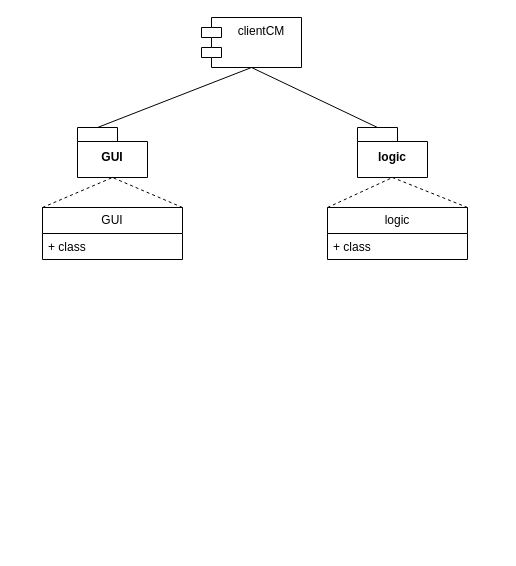
Earlier version of the draw.io diagram fig/drawio/clientCM.drawio (Qu4draetto-A3B/UniLab-docs). Source tidied: cells renumbered, new cells numbered last; positions are measured from the earlier drawing's top-left corner, leaving out a move shared by most shapes. Both pictures are drawn from the tidied source at 100%, with x=0, y=0 at pixel (42, 17).
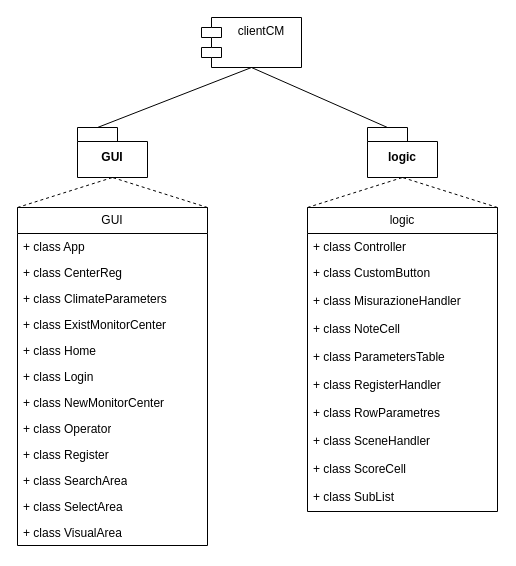
Above is the later version.

Commit message (it also covers changes not shown here):
doc client tecnico

The edit, as a diff of the source:
```diff
@@
     <mxCell id="4" value="logic" style="shape=folder;fontStyle=1;spacingTop=10;tabWidth=40;tabHeight=14;tabPosition=left;html=1;whiteSpace=wrap;" parent="1" vertex="1">
-      <mxGeometry x="315" y="110" width="70" height="50" as="geometry" />
+      <mxGeometry x="325" y="110" width="70" height="50" as="geometry" />
     </mxCell>
     <mxCell id="5" value="GUI" style="swimlane;fontStyle=0;horizontal=1;startSize=26;fillColor=none;whiteSpace=wrap;html=1;" parent="1" vertex="1">
-      <mxGeometry y="190" width="140" height="52" as="geometry" />
+      <mxGeometry x="-25" y="190" width="190" height="338" as="geometry" />
     </mxCell>
-    <mxCell id="6" value="+ class" style="text;strokeColor=none;fillColor=none;align=left;verticalAlign=top;spacingLeft=4;spacingRight=4;overflow=hidden;whiteSpace=wrap;html=1;" parent="5" vertex="1">
-      <mxGeometry y="26" width="140" height="26" as="geometry" />
+    <mxCell id="6" value="+ class App" style="text;strokeColor=none;fillColor=none;align=left;verticalAlign=top;spacingLeft=4;spacingRight=4;overflow=hidden;whiteSpace=wrap;html=1;" parent="5" vertex="1">
+      <mxGeometry y="26" width="190" height="26" as="geometry" />
     </mxCell>
+    <mxCell id="15" value="+ class CenterReg" style="text;strokeColor=none;fillColor=none;align=left;verticalAlign=top;spacingLeft=4;spacingRight=4;overflow=hidden;whiteSpace=wrap;html=1;" parent="5" vertex="1">
+      <mxGeometry y="52" width="190" height="26" as="geometry" />
+    </mxCell>
+    <mxCell id="16" value="+ class ClimateParameters" style="text;strokeColor=none;fillColor=none;align=left;verticalAlign=top;spacingLeft=4;spacingRight=4;overflow=hidden;whiteSpace=wrap;html=1;" parent="5" vertex="1">
+      <mxGeometry y="78" width="190" height="26" as="geometry" />
+    </mxCell>
+    <mxCell id="17" value="+ class ExistMonitorCenter" style="text;strokeColor=none;fillColor=none;align=left;verticalAlign=top;spacingLeft=4;spacingRight=4;overflow=hidden;whiteSpace=wrap;html=1;" parent="5" vertex="1">
+      <mxGeometry y="104" width="190" height="26" as="geometry" />
+    </mxCell>
+    <mxCell id="18" value="+ class Home" style="text;strokeColor=none;fillColor=none;align=left;verticalAlign=top;spacingLeft=4;spacingRight=4;overflow=hidden;whiteSpace=wrap;html=1;" parent="5" vertex="1">
+      <mxGeometry y="130" width="190" height="26" as="geometry" />
+    </mxCell>
+    <mxCell id="19" value="+ class Login" style="text;strokeColor=none;fillColor=none;align=left;verticalAlign=top;spacingLeft=4;spacingRight=4;overflow=hidden;whiteSpace=wrap;html=1;" parent="5" vertex="1">
+      <mxGeometry y="156" width="190" height="26" as="geometry" />
+    </mxCell>
+    <mxCell id="20" value="+ class NewMonitorCenter" style="text;strokeColor=none;fillColor=none;align=left;verticalAlign=top;spacingLeft=4;spacingRight=4;overflow=hidden;whiteSpace=wrap;html=1;" parent="5" vertex="1">
+      <mxGeometry y="182" width="190" height="26" as="geometry" />
+    </mxCell>
+    <mxCell id="21" value="+ class Operator" style="text;strokeColor=none;fillColor=none;align=left;verticalAlign=top;spacingLeft=4;spacingRight=4;overflow=hidden;whiteSpace=wrap;html=1;" parent="5" vertex="1">
+      <mxGeometry y="208" width="190" height="26" as="geometry" />
+    </mxCell>
+    <mxCell id="22" value="+ class Register" style="text;strokeColor=none;fillColor=none;align=left;verticalAlign=top;spacingLeft=4;spacingRight=4;overflow=hidden;whiteSpace=wrap;html=1;" parent="5" vertex="1">
+      <mxGeometry y="234" width="190" height="26" as="geometry" />
+    </mxCell>
+    <mxCell id="23" value="+ class SearchArea" style="text;strokeColor=none;fillColor=none;align=left;verticalAlign=top;spacingLeft=4;spacingRight=4;overflow=hidden;whiteSpace=wrap;html=1;" parent="5" vertex="1">
+      <mxGeometry y="260" width="190" height="26" as="geometry" />
+    </mxCell>
+    <mxCell id="24" value="+ class SelectArea" style="text;strokeColor=none;fillColor=none;align=left;verticalAlign=top;spacingLeft=4;spacingRight=4;overflow=hidden;whiteSpace=wrap;html=1;" parent="5" vertex="1">
+      <mxGeometry y="286" width="190" height="26" as="geometry" />
+    </mxCell>
+    <mxCell id="25" value="+ class VisualArea" style="text;strokeColor=none;fillColor=none;align=left;verticalAlign=top;spacingLeft=4;spacingRight=4;overflow=hidden;whiteSpace=wrap;html=1;" parent="5" vertex="1">
+      <mxGeometry y="312" width="190" height="26" as="geometry" />
+    </mxCell>
     <mxCell id="7" value="logic" style="swimlane;fontStyle=0;horizontal=1;startSize=26;fillColor=none;whiteSpace=wrap;html=1;" parent="1" vertex="1">
-      <mxGeometry x="285" y="190" width="140" height="52" as="geometry" />
+      <mxGeometry x="265" y="190" width="190" height="304" as="geometry" />
     </mxCell>
-    <mxCell id="8" value="+ class" style="text;strokeColor=none;fillColor=none;align=left;verticalAlign=top;spacingLeft=4;spacingRight=4;overflow=hidden;whiteSpace=wrap;html=1;" parent="7" vertex="1">
-      <mxGeometry y="26" width="140" height="26" as="geometry" />
-    </mxCell>
+    <mxCell id="26" value="+ class Controller" style="text;strokeColor=none;fillColor=none;align=left;verticalAlign=top;spacingLeft=4;spacingRight=4;overflow=hidden;whiteSpace=wrap;html=1;" parent="7" vertex="1">
+      <mxGeometry y="26" width="190" height="26" as="geometry" />
+    </mxCell>
+    <mxCell id="27" value="+ class CustomButton" style="text;strokeColor=none;fillColor=none;align=left;verticalAlign=top;spacingLeft=4;spacingRight=4;overflow=hidden;whiteSpace=wrap;html=1;" parent="7" vertex="1">
+      <mxGeometry y="52" width="190" height="28" as="geometry" />
+    </mxCell>
+    <mxCell id="28" value="+ class MisurazioneHandler" style="text;strokeColor=none;fillColor=none;align=left;verticalAlign=top;spacingLeft=4;spacingRight=4;overflow=hidden;whiteSpace=wrap;html=1;" parent="7" vertex="1">
+      <mxGeometry y="80" width="190" height="28" as="geometry" />
+    </mxCell>
+    <mxCell id="29" value="+ class NoteCell" style="text;strokeColor=none;fillColor=none;align=left;verticalAlign=top;spacingLeft=4;spacingRight=4;overflow=hidden;whiteSpace=wrap;html=1;" parent="7" vertex="1">
+      <mxGeometry y="108" width="190" height="28" as="geometry" />
+    </mxCell>
+    <mxCell id="30" value="+ class ParametersTable" style="text;strokeColor=none;fillColor=none;align=left;verticalAlign=top;spacingLeft=4;spacingRight=4;overflow=hidden;whiteSpace=wrap;html=1;" parent="7" vertex="1">
+      <mxGeometry y="136" width="190" height="28" as="geometry" />
+    </mxCell>
+    <mxCell id="31" value="+ class RegisterHandler" style="text;strokeColor=none;fillColor=none;align=left;verticalAlign=top;spacingLeft=4;spacingRight=4;overflow=hidden;whiteSpace=wrap;html=1;" parent="7" vertex="1">
+      <mxGeometry y="164" width="190" height="28" as="geometry" />
+    </mxCell>
+    <mxCell id="32" value="+ class RowParametres" style="text;strokeColor=none;fillColor=none;align=left;verticalAlign=top;spacingLeft=4;spacingRight=4;overflow=hidden;whiteSpace=wrap;html=1;" parent="7" vertex="1">
+      <mxGeometry y="192" width="190" height="28" as="geometry" />
+    </mxCell>
+    <mxCell id="33" value="+ class SceneHandler" style="text;strokeColor=none;fillColor=none;align=left;verticalAlign=top;spacingLeft=4;spacingRight=4;overflow=hidden;whiteSpace=wrap;html=1;" parent="7" vertex="1">
+      <mxGeometry y="220" width="190" height="28" as="geometry" />
+    </mxCell>
+    <mxCell id="34" value="+ class ScoreCell" style="text;strokeColor=none;fillColor=none;align=left;verticalAlign=top;spacingLeft=4;spacingRight=4;overflow=hidden;whiteSpace=wrap;html=1;" parent="7" vertex="1">
+      <mxGeometry y="248" width="190" height="28" as="geometry" />
+    </mxCell>
+    <mxCell id="35" value="+ class SubList" style="text;strokeColor=none;fillColor=none;align=left;verticalAlign=top;spacingLeft=4;spacingRight=4;overflow=hidden;whiteSpace=wrap;html=1;" parent="7" vertex="1">
+      <mxGeometry y="276" width="190" height="28" as="geometry" />
+    </mxCell>
```
